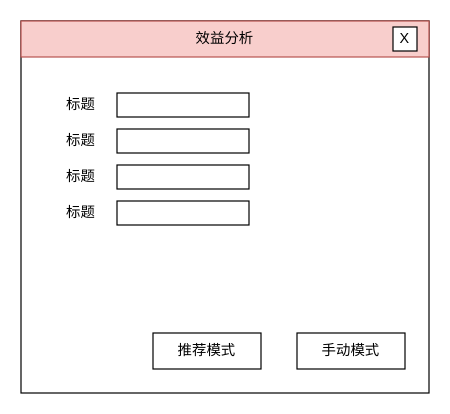
Above: page "第三页" (3 of 4) of 农场规划界面.drawio in diversoft/systemImage (draw.io), before the change. Source tidied: cells renumbered, new cells numbered last; positions are measured from the earlier drawing's top-left corner, leaving out a move shared by most shapes. Both pictures are drawn from the tidied source at 120%, with x=0, y=0 at pixel (20, 20).
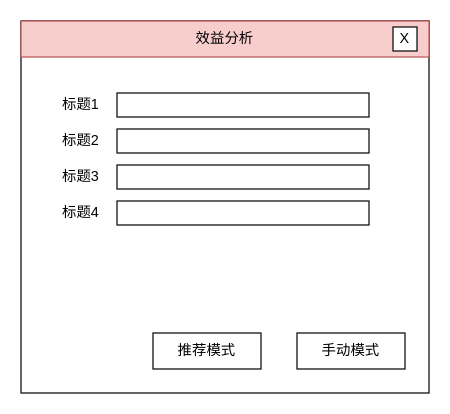
The same page after the edit.

What changed in the source:
```diff
@@
 <mxGraphModel>
   <root>
     <mxCell id="0" />
     <mxCell id="1" parent="0" />
     <mxCell id="2" style="rounded=0;whiteSpace=wrap;html=1;" parent="1" vertex="1">
       <mxGeometry width="340" height="310" as="geometry" />
     </mxCell>
     <mxCell id="3" value="&lt;div style=&quot;text-align: left&quot;&gt;&lt;span&gt;效益分析&lt;/span&gt;&lt;/div&gt;&lt;div style=&quot;text-align: left&quot;&gt;&lt;/div&gt;" style="rounded=0;whiteSpace=wrap;html=1;fillColor=#f8cecc;strokeColor=#b85450;" parent="1" vertex="1">
       <mxGeometry width="340" height="30" as="geometry" />
     </mxCell>
     <mxCell id="4" value="X" style="rounded=0;whiteSpace=wrap;html=1;" parent="1" vertex="1">
       <mxGeometry x="310" y="5" width="20" height="20" as="geometry" />
     </mxCell>
-    <mxCell id="5" value="标题" style="text;html=1;strokeColor=none;fillColor=none;align=center;verticalAlign=middle;whiteSpace=wrap;rounded=0;" parent="1" vertex="1">
+    <mxCell id="5" value="标题1" style="text;html=1;strokeColor=none;fillColor=none;align=center;verticalAlign=middle;whiteSpace=wrap;rounded=0;" parent="1" vertex="1">
       <mxGeometry x="30" y="60" width="40" height="20" as="geometry" />
     </mxCell>
     <mxCell id="6" style="rounded=0;whiteSpace=wrap;html=1;" parent="1" vertex="1">
-      <mxGeometry x="80" y="60" width="110" height="20" as="geometry" />
+      <mxGeometry x="80" y="60" width="210" height="20" as="geometry" />
     </mxCell>
-    <mxCell id="7" value="标题" style="text;html=1;strokeColor=none;fillColor=none;align=center;verticalAlign=middle;whiteSpace=wrap;rounded=0;" parent="1" vertex="1">
+    <mxCell id="7" value="标题2" style="text;html=1;strokeColor=none;fillColor=none;align=center;verticalAlign=middle;whiteSpace=wrap;rounded=0;" parent="1" vertex="1">
       <mxGeometry x="30" y="90" width="40" height="20" as="geometry" />
     </mxCell>
     <mxCell id="8" style="rounded=0;whiteSpace=wrap;html=1;" parent="1" vertex="1">
-      <mxGeometry x="80" y="90" width="110" height="20" as="geometry" />
+      <mxGeometry x="80" y="90" width="210" height="20" as="geometry" />
     </mxCell>
-    <mxCell id="9" value="标题" style="text;html=1;strokeColor=none;fillColor=none;align=center;verticalAlign=middle;whiteSpace=wrap;rounded=0;" parent="1" vertex="1">
+    <mxCell id="9" value="标题3" style="text;html=1;strokeColor=none;fillColor=none;align=center;verticalAlign=middle;whiteSpace=wrap;rounded=0;" parent="1" vertex="1">
       <mxGeometry x="30" y="120" width="40" height="20" as="geometry" />
     </mxCell>
     <mxCell id="10" style="rounded=0;whiteSpace=wrap;html=1;" parent="1" vertex="1">
-      <mxGeometry x="80" y="120" width="110" height="20" as="geometry" />
+      <mxGeometry x="80" y="120" width="210" height="20" as="geometry" />
     </mxCell>
-    <mxCell id="11" value="标题" style="text;html=1;strokeColor=none;fillColor=none;align=center;verticalAlign=middle;whiteSpace=wrap;rounded=0;" parent="1" vertex="1">
+    <mxCell id="11" value="标题4" style="text;html=1;strokeColor=none;fillColor=none;align=center;verticalAlign=middle;whiteSpace=wrap;rounded=0;" parent="1" vertex="1">
       <mxGeometry x="30" y="150" width="40" height="20" as="geometry" />
     </mxCell>
     <mxCell id="12" style="rounded=0;whiteSpace=wrap;html=1;" parent="1" vertex="1">
-      <mxGeometry x="80" y="150" width="110" height="20" as="geometry" />
+      <mxGeometry x="80" y="150" width="210" height="20" as="geometry" />
     </mxCell>
     <mxCell id="13" value="推荐模式" style="rounded=0;whiteSpace=wrap;html=1;" parent="1" vertex="1">
       <mxGeometry x="110" y="260" width="90" height="30" as="geometry" />
     </mxCell>
     <mxCell id="14" value="手动模式" style="rounded=0;whiteSpace=wrap;html=1;" parent="1" vertex="1">
       <mxGeometry x="230" y="260" width="90" height="30" as="geometry" />
     </mxCell>
   </root>
 </mxGraphModel>
```
